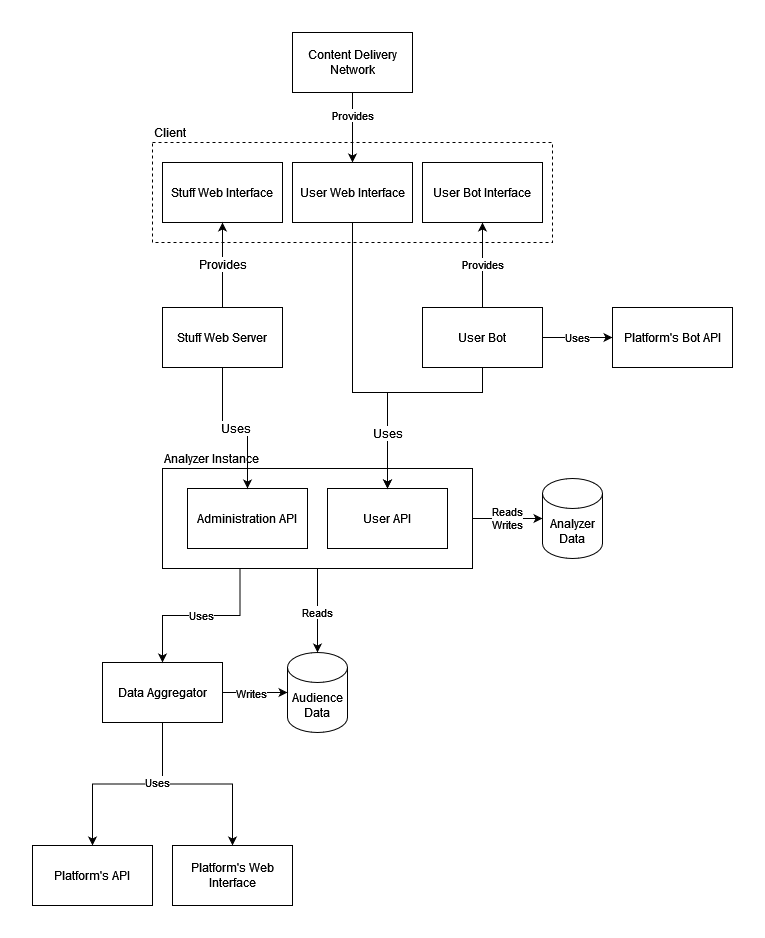
Before: assets/system-design.drawio.png, a diagram exported from draw.io (xaudience/.github). Source tidied: cells renumbered, new cells last; positions are measured from the earlier drawing's top-left corner, leaving out a move shared by most shapes. Its diagram source:
```xml
<mxGraphModel>
  <root>
    <mxCell id="0" />
    <mxCell id="1" parent="0" />
    <mxCell id="2" value="&lt;div&gt;Reads&lt;/div&gt;&lt;div&gt;Writes&lt;br&gt;&lt;/div&gt;" style="edgeStyle=orthogonalEdgeStyle;rounded=0;jettySize=auto;html=1;entryX=0;entryY=0.5;entryDx=0;entryDy=0;entryPerimeter=0;exitX=1;exitY=0.5;exitDx=0;exitDy=0;" parent="1" edge="1" source="26" target="12">
      <mxGeometry relative="1" as="geometry" />
    </mxCell>
    <mxCell id="3" style="edgeStyle=orthogonalEdgeStyle;rounded=0;jettySize=auto;html=1;entryX=0.5;entryY=0;entryDx=0;entryDy=0;startArrow=none;" parent="1" edge="1" source="8" target="4">
      <mxGeometry relative="1" as="geometry" />
    </mxCell>
    <mxCell id="4" value="Platform's API" style="rounded=0;whiteSpace=wrap;html=1;" parent="1" vertex="1">
      <mxGeometry y="813" width="120" height="60" as="geometry" />
    </mxCell>
    <mxCell id="5" style="edgeStyle=orthogonalEdgeStyle;rounded=0;jettySize=auto;html=1;entryX=0.5;entryY=0;entryDx=0;entryDy=0;exitX=0.5;exitY=1;exitDx=0;exitDy=0;" parent="1" edge="1" source="8" target="11">
      <mxGeometry relative="1" as="geometry" />
    </mxCell>
    <mxCell id="6" value="Uses" style="edgeLabel;html=1;align=center;verticalAlign=middle;" parent="5" vertex="1">
      <mxGeometry x="-0.15" y="2" relative="1" as="geometry">
        <mxPoint x="-26" as="offset" />
      </mxGeometry>
    </mxCell>
    <mxCell id="7" value="Audience Data" style="shape=cylinder3;whiteSpace=wrap;html=1;boundedLbl=1;backgroundOutline=1;size=15;" parent="1" vertex="1">
      <mxGeometry x="255" y="620" width="60" height="80" as="geometry" />
    </mxCell>
    <mxCell id="8" value="Data Aggregator" style="rounded=0;whiteSpace=wrap;html=1;" parent="1" vertex="1">
      <mxGeometry x="70" y="630" width="120" height="60" as="geometry" />
    </mxCell>
    <mxCell id="9" style="edgeStyle=orthogonalEdgeStyle;rounded=0;jettySize=auto;html=1;entryX=0;entryY=0.5;entryDx=0;entryDy=0;entryPerimeter=0;exitX=1;exitY=0.5;exitDx=0;exitDy=0;" parent="1" edge="1" source="8" target="7">
      <mxGeometry relative="1" as="geometry" />
    </mxCell>
    <mxCell id="10" value="Writes" style="edgeLabel;html=1;align=center;verticalAlign=middle;" parent="9" vertex="1">
      <mxGeometry x="-0.22" y="3" relative="1" as="geometry">
        <mxPoint x="3" y="3" as="offset" />
      </mxGeometry>
    </mxCell>
    <mxCell id="11" value="Platform's Web Interface" style="rounded=0;whiteSpace=wrap;html=1;" parent="1" vertex="1">
      <mxGeometry x="140" y="813" width="120" height="60" as="geometry" />
    </mxCell>
    <mxCell id="12" value="&lt;div&gt;Analyzer Data&lt;/div&gt;" style="shape=cylinder3;whiteSpace=wrap;html=1;boundedLbl=1;backgroundOutline=1;size=15;" parent="1" vertex="1">
      <mxGeometry x="510" y="446" width="60" height="80" as="geometry" />
    </mxCell>
    <mxCell id="13" value="Uses" style="edgeStyle=orthogonalEdgeStyle;rounded=0;jettySize=auto;html=1;entryX=0;entryY=0.5;entryDx=0;entryDy=0;fontFamily=Helvetica;" parent="1" edge="1" source="15" target="17">
      <mxGeometry relative="1" as="geometry" />
    </mxCell>
    <mxCell id="14" value="Provides" style="edgeStyle=orthogonalEdgeStyle;rounded=0;jettySize=auto;html=1;exitX=0.5;exitY=0;exitDx=0;exitDy=0;entryX=0.5;entryY=1;entryDx=0;entryDy=0;" parent="1" edge="1" source="15" target="21">
      <mxGeometry relative="1" as="geometry" />
    </mxCell>
    <mxCell id="15" value="User Bot" style="rounded=0;whiteSpace=wrap;html=1;" parent="1" vertex="1">
      <mxGeometry x="390" y="275" width="120" height="60" as="geometry" />
    </mxCell>
    <mxCell id="16" value="Content Delivery Network" style="rounded=0;whiteSpace=wrap;html=1;" parent="1" vertex="1">
      <mxGeometry x="260" width="120" height="60" as="geometry" />
    </mxCell>
    <mxCell id="17" value="Platform's Bot API" style="rounded=0;whiteSpace=wrap;html=1;" parent="1" vertex="1">
      <mxGeometry x="580" y="275" width="120" height="60" as="geometry" />
    </mxCell>
    <mxCell id="18" value="Provides" style="edgeStyle=orthogonalEdgeStyle;rounded=0;jettySize=auto;html=1;entryX=0.5;entryY=0;entryDx=0;entryDy=0;exitX=0.5;exitY=1;exitDx=0;exitDy=0;" parent="1" edge="1" source="16" target="20">
      <mxGeometry x="-0.35" relative="1" as="geometry" />
    </mxCell>
    <mxCell id="19" value="Client" style="rounded=0;whiteSpace=wrap;html=1;fillColor=none;align=left;labelPosition=center;verticalLabelPosition=top;verticalAlign=bottom;dashed=1;" parent="1" vertex="1">
      <mxGeometry x="120" y="110" width="400" height="100" as="geometry" />
    </mxCell>
    <mxCell id="20" value="User Web Interface" style="rounded=0;whiteSpace=wrap;html=1;" parent="1" vertex="1">
      <mxGeometry x="260" y="130" width="120" height="60" as="geometry" />
    </mxCell>
    <mxCell id="21" value="User Bot Interface" style="rounded=0;whiteSpace=wrap;html=1;" parent="1" vertex="1">
      <mxGeometry x="390" y="130" width="120" height="60" as="geometry" />
    </mxCell>
    <mxCell id="22" value="Stuff Web Interface" style="rounded=0;whiteSpace=wrap;html=1;" parent="1" vertex="1">
      <mxGeometry x="130" y="130" width="120" height="60" as="geometry" />
    </mxCell>
    <mxCell id="23" value="Provides" style="edgeStyle=orthogonalEdgeStyle;rounded=0;jettySize=auto;html=1;exitX=0.5;exitY=0;exitDx=0;exitDy=0;entryX=0.5;entryY=1;entryDx=0;entryDy=0;fontFamily=Helvetica;fontSize=12;fontColor=default;" parent="1" edge="1" source="24" target="22">
      <mxGeometry relative="1" as="geometry" />
    </mxCell>
    <mxCell id="24" value="Stuff Web Server" style="rounded=0;whiteSpace=wrap;html=1;fontFamily=Helvetica;fontSize=12;fontColor=default;strokeColor=default;fillColor=default;" parent="1" vertex="1">
      <mxGeometry x="130" y="275" width="120" height="60" as="geometry" />
    </mxCell>
    <mxCell id="25" style="group;" parent="1" vertex="1">
      <mxGeometry x="130" y="436" width="310" height="100" as="geometry" />
    </mxCell>
    <mxCell id="26" value="Analyzer Instance" style="rounded=0;whiteSpace=wrap;html=1;fillColor=default;labelPosition=center;verticalLabelPosition=top;align=left;verticalAlign=bottom;" parent="25" vertex="1">
      <mxGeometry width="310" height="100" as="geometry" />
    </mxCell>
    <mxCell id="27" value="Administration API" style="rounded=0;whiteSpace=wrap;html=1;" parent="25" vertex="1">
      <mxGeometry x="25" y="20" width="120" height="60" as="geometry" />
    </mxCell>
    <mxCell id="28" value="User API" style="rounded=0;whiteSpace=wrap;html=1;" parent="25" vertex="1">
      <mxGeometry x="165" y="20" width="120" height="60" as="geometry" />
    </mxCell>
    <mxCell id="29" style="group;" parent="1" vertex="1">
      <mxGeometry x="355" y="370" width="95" as="geometry" />
    </mxCell>
    <mxCell id="30" style="group;" parent="29" vertex="1">
      <mxGeometry width="95" as="geometry" />
    </mxCell>
    <mxCell id="31" style="edgeStyle=orthogonalEdgeStyle;rounded=0;jettySize=auto;html=1;fontFamily=Helvetica;fontSize=12;fontColor=default;entryX=0.5;entryY=0;entryDx=0;entryDy=0;" parent="30" edge="1" source="15" target="28">
      <mxGeometry relative="1" as="geometry">
        <Array as="points">
          <mxPoint x="95" y="-10" />
          <mxPoint y="-10" />
        </Array>
      </mxGeometry>
    </mxCell>
    <mxCell id="32" value="Uses" style="edgeStyle=orthogonalEdgeStyle;rounded=0;jettySize=auto;html=1;entryX=0.5;entryY=0;entryDx=0;entryDy=0;fontFamily=Helvetica;fontSize=12;fontColor=default;" parent="30" edge="1" source="20" target="28">
      <mxGeometry x="0.64" relative="1" as="geometry">
        <Array as="points">
          <mxPoint x="-35" y="-10" />
          <mxPoint y="-10" />
        </Array>
      </mxGeometry>
    </mxCell>
    <mxCell id="33" value="Uses" style="edgeStyle=orthogonalEdgeStyle;rounded=0;jettySize=auto;html=1;fontFamily=Helvetica;fontSize=12;fontColor=default;entryX=0.5;entryY=0;entryDx=0;entryDy=0;" parent="1" edge="1" source="24" target="27">
      <mxGeometry relative="1" as="geometry" />
    </mxCell>
    <mxCell id="34" value="Uses" style="edgeStyle=orthogonalEdgeStyle;rounded=0;jettySize=auto;html=1;exitX=0.25;exitY=1;exitDx=0;exitDy=0;entryX=0.5;entryY=0;entryDx=0;entryDy=0;" parent="1" edge="1" source="26" target="8">
      <mxGeometry relative="1" as="geometry" />
    </mxCell>
    <mxCell id="35" value="Reads" style="edgeStyle=orthogonalEdgeStyle;rounded=0;jettySize=auto;html=1;exitX=0.5;exitY=1;exitDx=0;exitDy=0;entryX=0.5;entryY=0;entryDx=0;entryDy=0;entryPerimeter=0;" parent="1" edge="1" source="26" target="7">
      <mxGeometry x="0.05" relative="1" as="geometry" />
    </mxCell>
  </root>
</mxGraphModel>
```
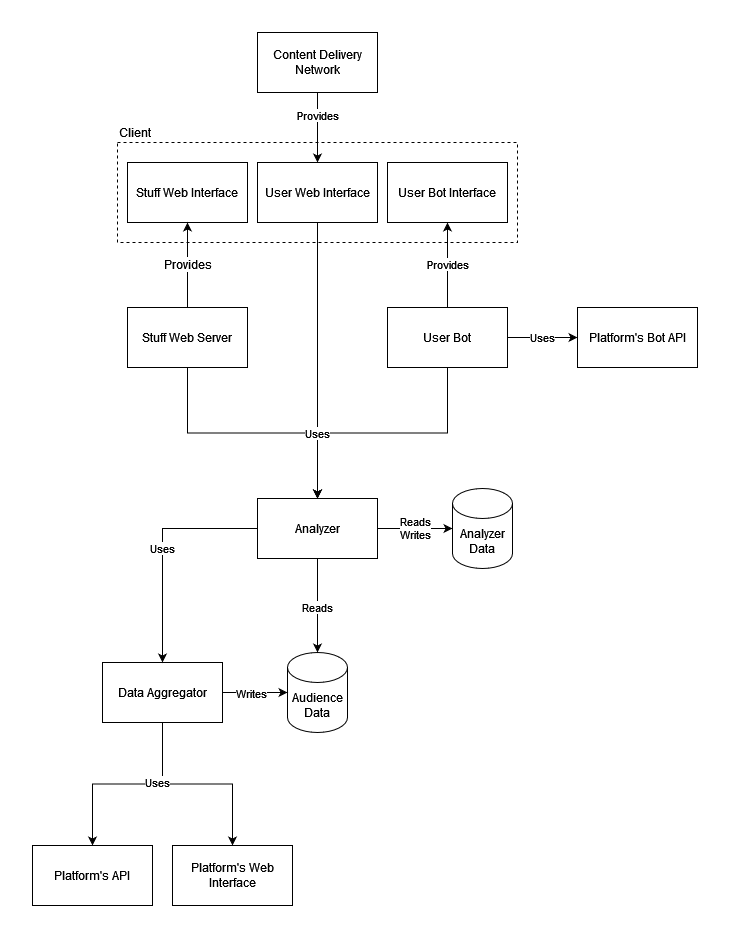
Later version of the same file.

Commit message:
Simplify diagram

Change to the diagram source:
```diff
@@ -2,14 +2,14 @@
   <root>
     <mxCell id="0" />
     <mxCell id="1" parent="0" />
-    <mxCell id="2" value="&lt;div&gt;Reads&lt;/div&gt;&lt;div&gt;Writes&lt;br&gt;&lt;/div&gt;" style="edgeStyle=orthogonalEdgeStyle;rounded=0;jettySize=auto;html=1;entryX=0;entryY=0.5;entryDx=0;entryDy=0;entryPerimeter=0;exitX=1;exitY=0.5;exitDx=0;exitDy=0;" parent="1" edge="1" source="26" target="12">
+    <mxCell id="2" value="&lt;div&gt;Reads&lt;/div&gt;&lt;div&gt;Writes&lt;br&gt;&lt;/div&gt;" style="edgeStyle=orthogonalEdgeStyle;rounded=0;jettySize=auto;html=1;entryX=0;entryY=0.5;entryDx=0;entryDy=0;entryPerimeter=0;exitX=1;exitY=0.5;exitDx=0;exitDy=0;" parent="1" edge="1" source="27" target="12">
       <mxGeometry relative="1" as="geometry" />
     </mxCell>
     <mxCell id="3" style="edgeStyle=orthogonalEdgeStyle;rounded=0;jettySize=auto;html=1;entryX=0.5;entryY=0;entryDx=0;entryDy=0;startArrow=none;" parent="1" edge="1" source="8" target="4">
       <mxGeometry relative="1" as="geometry" />
     </mxCell>
     <mxCell id="4" value="Platform's API" style="rounded=0;whiteSpace=wrap;html=1;" parent="1" vertex="1">
-      <mxGeometry y="813" width="120" height="60" as="geometry" />
+      <mxGeometry x="35" y="813" width="120" height="60" as="geometry" />
     </mxCell>
     <mxCell id="5" style="edgeStyle=orthogonalEdgeStyle;rounded=0;jettySize=auto;html=1;entryX=0.5;entryY=0;entryDx=0;entryDy=0;exitX=0.5;exitY=1;exitDx=0;exitDy=0;" parent="1" edge="1" source="8" target="11">
       <mxGeometry relative="1" as="geometry" />
@@ -20,10 +20,10 @@
       </mxGeometry>
     </mxCell>
     <mxCell id="7" value="Audience Data" style="shape=cylinder3;whiteSpace=wrap;html=1;boundedLbl=1;backgroundOutline=1;size=15;" parent="1" vertex="1">
-      <mxGeometry x="255" y="620" width="60" height="80" as="geometry" />
+      <mxGeometry x="290" y="620" width="60" height="80" as="geometry" />
     </mxCell>
     <mxCell id="8" value="Data Aggregator" style="rounded=0;whiteSpace=wrap;html=1;" parent="1" vertex="1">
-      <mxGeometry x="70" y="630" width="120" height="60" as="geometry" />
+      <mxGeometry x="105" y="630" width="120" height="60" as="geometry" />
     </mxCell>
     <mxCell id="9" style="edgeStyle=orthogonalEdgeStyle;rounded=0;jettySize=auto;html=1;entryX=0;entryY=0.5;entryDx=0;entryDy=0;entryPerimeter=0;exitX=1;exitY=0.5;exitDx=0;exitDy=0;" parent="1" edge="1" source="8" target="7">
       <mxGeometry relative="1" as="geometry" />
@@ -34,10 +34,10 @@
       </mxGeometry>
     </mxCell>
     <mxCell id="11" value="Platform's Web Interface" style="rounded=0;whiteSpace=wrap;html=1;" parent="1" vertex="1">
-      <mxGeometry x="140" y="813" width="120" height="60" as="geometry" />
+      <mxGeometry x="175" y="813" width="120" height="60" as="geometry" />
     </mxCell>
     <mxCell id="12" value="&lt;div&gt;Analyzer Data&lt;/div&gt;" style="shape=cylinder3;whiteSpace=wrap;html=1;boundedLbl=1;backgroundOutline=1;size=15;" parent="1" vertex="1">
-      <mxGeometry x="510" y="446" width="60" height="80" as="geometry" />
+      <mxGeometry x="455" y="456" width="60" height="80" as="geometry" />
     </mxCell>
     <mxCell id="13" value="Uses" style="edgeStyle=orthogonalEdgeStyle;rounded=0;jettySize=auto;html=1;entryX=0;entryY=0.5;entryDx=0;entryDy=0;fontFamily=Helvetica;" parent="1" edge="1" source="15" target="17">
       <mxGeometry relative="1" as="geometry" />
@@ -45,6 +45,9 @@
     <mxCell id="14" value="Provides" style="edgeStyle=orthogonalEdgeStyle;rounded=0;jettySize=auto;html=1;exitX=0.5;exitY=0;exitDx=0;exitDy=0;entryX=0.5;entryY=1;entryDx=0;entryDy=0;" parent="1" edge="1" source="15" target="21">
       <mxGeometry relative="1" as="geometry" />
     </mxCell>
+    <mxCell id="36" style="edgeStyle=orthogonalEdgeStyle;rounded=0;jettySize=auto;html=1;exitX=0.5;exitY=1;exitDx=0;exitDy=0;entryX=0.5;entryY=0;entryDx=0;entryDy=0;" parent="1" edge="1" source="15" target="27">
+      <mxGeometry relative="1" as="geometry" />
+    </mxCell>
     <mxCell id="15" value="User Bot" style="rounded=0;whiteSpace=wrap;html=1;" parent="1" vertex="1">
       <mxGeometry x="390" y="275" width="120" height="60" as="geometry" />
     </mxCell>
@@ -60,6 +63,9 @@
     <mxCell id="19" value="Client" style="rounded=0;whiteSpace=wrap;html=1;fillColor=none;align=left;labelPosition=center;verticalLabelPosition=top;verticalAlign=bottom;dashed=1;" parent="1" vertex="1">
       <mxGeometry x="120" y="110" width="400" height="100" as="geometry" />
     </mxCell>
+    <mxCell id="37" style="edgeStyle=orthogonalEdgeStyle;rounded=0;jettySize=auto;html=1;exitX=0.5;exitY=1;exitDx=0;exitDy=0;entryX=0.5;entryY=0;entryDx=0;entryDy=0;" parent="1" edge="1" source="20" target="27">
+      <mxGeometry relative="1" as="geometry" />
+    </mxCell>
     <mxCell id="20" value="User Web Interface" style="rounded=0;whiteSpace=wrap;html=1;" parent="1" vertex="1">
       <mxGeometry x="260" y="130" width="120" height="60" as="geometry" />
     </mxCell>
@@ -72,51 +78,20 @@
     <mxCell id="23" value="Provides" style="edgeStyle=orthogonalEdgeStyle;rounded=0;jettySize=auto;html=1;exitX=0.5;exitY=0;exitDx=0;exitDy=0;entryX=0.5;entryY=1;entryDx=0;entryDy=0;fontFamily=Helvetica;fontSize=12;fontColor=default;" parent="1" edge="1" source="24" target="22">
       <mxGeometry relative="1" as="geometry" />
     </mxCell>
+    <mxCell id="33" value="Uses" style="edgeStyle=orthogonalEdgeStyle;rounded=0;jettySize=auto;html=1;exitX=0.5;exitY=1;exitDx=0;exitDy=0;entryX=0.5;entryY=0;entryDx=0;entryDy=0;" parent="1" edge="1" source="24" target="27">
+      <mxGeometry x="0.5" relative="1" as="geometry" />
+    </mxCell>
     <mxCell id="24" value="Stuff Web Server" style="rounded=0;whiteSpace=wrap;html=1;fontFamily=Helvetica;fontSize=12;fontColor=default;strokeColor=default;fillColor=default;" parent="1" vertex="1">
       <mxGeometry x="130" y="275" width="120" height="60" as="geometry" />
     </mxCell>
-    <mxCell id="25" style="group;" parent="1" vertex="1">
-      <mxGeometry x="130" y="436" width="310" height="100" as="geometry" />
-    </mxCell>
-    <mxCell id="26" value="Analyzer Instance" style="rounded=0;whiteSpace=wrap;html=1;fillColor=default;labelPosition=center;verticalLabelPosition=top;align=left;verticalAlign=bottom;" parent="25" vertex="1">
-      <mxGeometry width="310" height="100" as="geometry" />
-    </mxCell>
-    <mxCell id="27" value="Administration API" style="rounded=0;whiteSpace=wrap;html=1;" parent="25" vertex="1">
-      <mxGeometry x="25" y="20" width="120" height="60" as="geometry" />
-    </mxCell>
-    <mxCell id="28" value="User API" style="rounded=0;whiteSpace=wrap;html=1;" parent="25" vertex="1">
-      <mxGeometry x="165" y="20" width="120" height="60" as="geometry" />
-    </mxCell>
-    <mxCell id="29" style="group;" parent="1" vertex="1">
-      <mxGeometry x="355" y="370" width="95" as="geometry" />
-    </mxCell>
-    <mxCell id="30" style="group;" parent="29" vertex="1">
-      <mxGeometry width="95" as="geometry" />
-    </mxCell>
-    <mxCell id="31" style="edgeStyle=orthogonalEdgeStyle;rounded=0;jettySize=auto;html=1;fontFamily=Helvetica;fontSize=12;fontColor=default;entryX=0.5;entryY=0;entryDx=0;entryDy=0;" parent="30" edge="1" source="15" target="28">
-      <mxGeometry relative="1" as="geometry">
-        <Array as="points">
-          <mxPoint x="95" y="-10" />
-          <mxPoint y="-10" />
-        </Array>
-      </mxGeometry>
-    </mxCell>
-    <mxCell id="32" value="Uses" style="edgeStyle=orthogonalEdgeStyle;rounded=0;jettySize=auto;html=1;entryX=0.5;entryY=0;entryDx=0;entryDy=0;fontFamily=Helvetica;fontSize=12;fontColor=default;" parent="30" edge="1" source="20" target="28">
-      <mxGeometry x="0.64" relative="1" as="geometry">
-        <Array as="points">
-          <mxPoint x="-35" y="-10" />
-          <mxPoint y="-10" />
-        </Array>
-      </mxGeometry>
-    </mxCell>
-    <mxCell id="33" value="Uses" style="edgeStyle=orthogonalEdgeStyle;rounded=0;jettySize=auto;html=1;fontFamily=Helvetica;fontSize=12;fontColor=default;entryX=0.5;entryY=0;entryDx=0;entryDy=0;" parent="1" edge="1" source="24" target="27">
-      <mxGeometry relative="1" as="geometry" />
-    </mxCell>
-    <mxCell id="34" value="Uses" style="edgeStyle=orthogonalEdgeStyle;rounded=0;jettySize=auto;html=1;exitX=0.25;exitY=1;exitDx=0;exitDy=0;entryX=0.5;entryY=0;entryDx=0;entryDy=0;" parent="1" edge="1" source="26" target="8">
+    <mxCell id="34" value="Uses" style="edgeStyle=orthogonalEdgeStyle;rounded=0;jettySize=auto;html=1;exitX=0;exitY=0.5;exitDx=0;exitDy=0;entryX=0.5;entryY=0;entryDx=0;entryDy=0;" parent="1" edge="1" source="27" target="8">
       <mxGeometry relative="1" as="geometry" />
     </mxCell>
-    <mxCell id="35" value="Reads" style="edgeStyle=orthogonalEdgeStyle;rounded=0;jettySize=auto;html=1;exitX=0.5;exitY=1;exitDx=0;exitDy=0;entryX=0.5;entryY=0;entryDx=0;entryDy=0;entryPerimeter=0;" parent="1" edge="1" source="26" target="7">
+    <mxCell id="35" value="Reads" style="edgeStyle=orthogonalEdgeStyle;rounded=0;jettySize=auto;html=1;exitX=0.5;exitY=1;exitDx=0;exitDy=0;entryX=0.5;entryY=0;entryDx=0;entryDy=0;entryPerimeter=0;" parent="1" edge="1" source="27" target="7">
       <mxGeometry x="0.05" relative="1" as="geometry" />
     </mxCell>
+    <mxCell id="27" value="Analyzer" style="rounded=0;whiteSpace=wrap;html=1;" parent="1" vertex="1">
+      <mxGeometry x="260" y="466" width="120" height="60" as="geometry" />
+    </mxCell>
   </root>
 </mxGraphModel>
```
